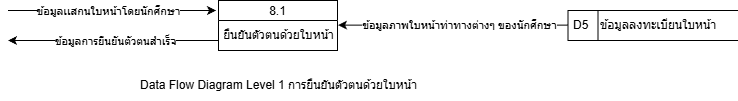
The draw.io diagram drawio/system_diagram/png/DFDL1_8.png in PatcharaphonKoosomsarp/FACE-EXAM, before a commit. Source tidied: cells renumbered, new cells last; positions are measured from the earlier drawing's top-left corner, leaving out a move shared by most shapes.
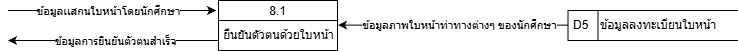
Above is the later version.

Change to the diagram source:
```diff
@@ -8,9 +8,6 @@
     <mxCell id="3" value="ยืนยันตัวตนด้วยใบหน้า" style="text;html=1;align=center;verticalAlign=middle;strokeColor=none;fillColor=none;" parent="2" vertex="1">
       <mxGeometry y="20" width="119" height="30" as="geometry" />
     </mxCell>
-    <mxCell id="4" value="Data Flow Diagram Level 1 การยืนยันตัวตนด้วยใบหน้า" style="text;html=1;align=center;verticalAlign=middle;strokeColor=none;fillColor=none;" parent="1" vertex="1">
-      <mxGeometry x="119.5" y="70" width="300" height="30" as="geometry" />
-    </mxCell>
     <mxCell id="5" style="endArrow=classic;html=1;" parent="1" edge="1">
       <mxGeometry relative="1" as="geometry">
         <mxPoint x="-0.5" y="10" as="sourcePoint" />
```
